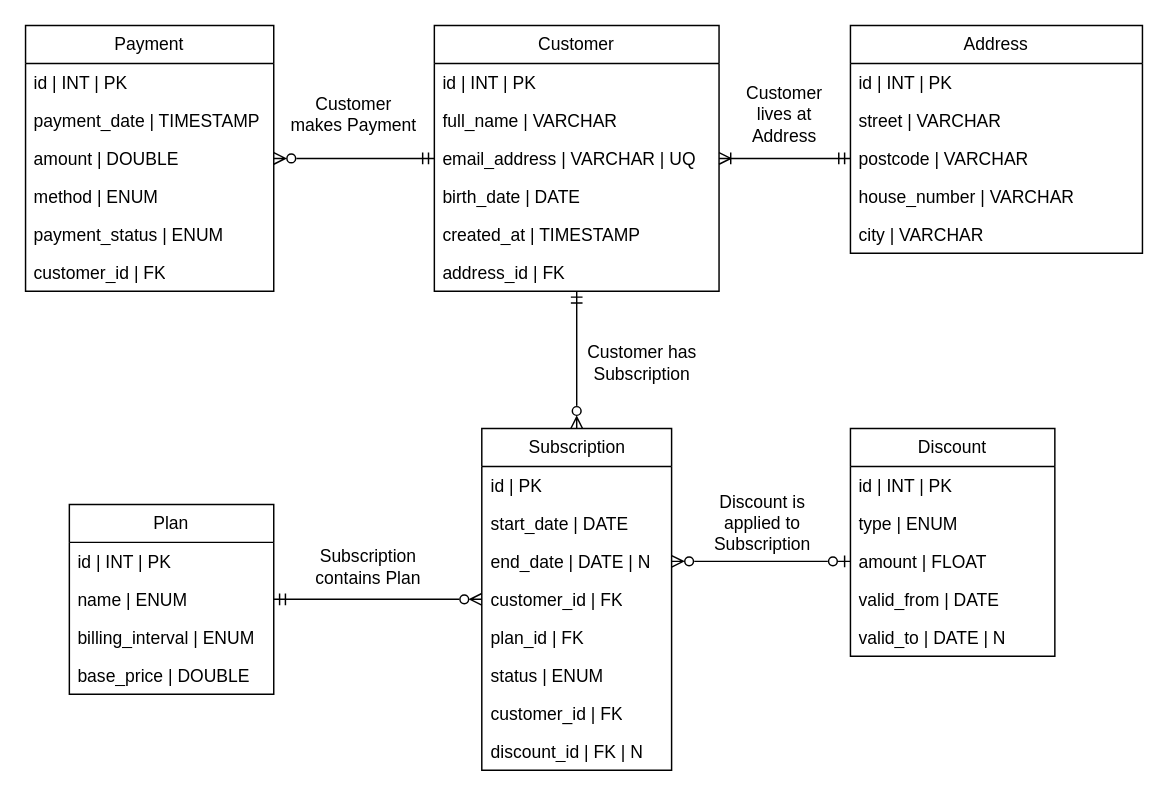
37265/frankoud.com keeps this draw.io diagram as sql/InAudible.drawio. Above is the earlier version. Source tidied: cells renumbered, new cells numbered last; positions are measured from the earlier drawing's top-left corner, leaving out a move shared by most shapes. Both pictures are drawn from the tidied source at 146%, with x=0, y=0 at pixel (25, 25).
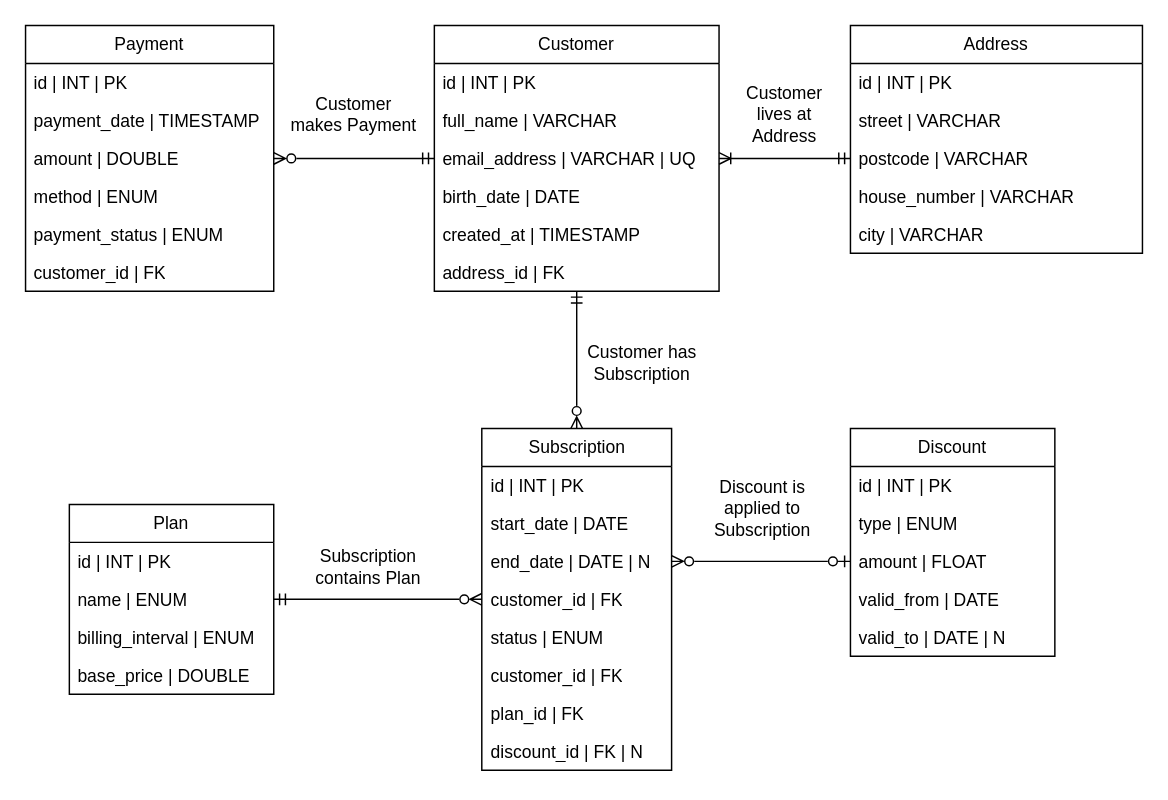
The same page after the edit.

Unchanged cells that the change refers to:
```xml
<mxCell id="20" value="Subscription" style="swimlane;fontStyle=0;horizontal=1;startSize=26;fillColor=none;whiteSpace=wrap;html=1;" parent="1" vertex="1">
  <mxGeometry x="312.5" y="276" width="130" height="234" as="geometry" />
</mxCell>
```

What changed in the source:
```diff
@@
-    <mxCell id="21" value="id | PK" style="text;strokeColor=none;fillColor=none;align=left;verticalAlign=top;spacingLeft=4;spacingRight=4;overflow=hidden;whiteSpace=wrap;html=1;" parent="20" vertex="1">
+    <mxCell id="21" value="id | INT | PK" style="text;strokeColor=none;fillColor=none;align=left;verticalAlign=top;spacingLeft=4;spacingRight=4;overflow=hidden;whiteSpace=wrap;html=1;" parent="20" vertex="1">
       <mxGeometry y="26" width="130" height="26" as="geometry" />
     </mxCell>
@@
-    <mxCell id="25" value="plan_id | FK" style="text;strokeColor=none;fillColor=none;align=left;verticalAlign=top;spacingLeft=4;spacingRight=4;overflow=hidden;whiteSpace=wrap;html=1;" parent="20" vertex="1">
-      <mxGeometry y="130" width="130" height="26" as="geometry" />
-    </mxCell>
     <mxCell id="26" value="status | ENUM" style="text;strokeColor=none;fillColor=none;align=left;verticalAlign=top;spacingLeft=4;spacingRight=4;overflow=hidden;whiteSpace=wrap;html=1;" parent="20" vertex="1">
-      <mxGeometry y="156" width="130" height="26" as="geometry" />
+      <mxGeometry y="130" width="130" height="26" as="geometry" />
     </mxCell>
     <mxCell id="27" value="&lt;div&gt;customer_id | FK&lt;/div&gt;&lt;div&gt;&lt;br&gt;&lt;/div&gt;" style="text;strokeColor=none;fillColor=none;align=left;verticalAlign=top;spacingLeft=4;spacingRight=4;overflow=hidden;whiteSpace=wrap;html=1;" parent="20" vertex="1">
-      <mxGeometry y="182" width="130" height="26" as="geometry" />
+      <mxGeometry y="156" width="130" height="26" as="geometry" />
     </mxCell>
+    <mxCell id="25" value="&lt;div&gt;plan_id | FK&lt;/div&gt;&lt;div&gt;&lt;br&gt;&lt;/div&gt;" style="text;strokeColor=none;fillColor=none;align=left;verticalAlign=top;spacingLeft=4;spacingRight=4;overflow=hidden;whiteSpace=wrap;html=1;" parent="20" vertex="1">
+      <mxGeometry y="182" width="130" height="26" as="geometry" />
+    </mxCell>
@@
     <mxCell id="35" value="Discount is applied to Subscription" style="text;html=1;whiteSpace=wrap;strokeColor=none;fillColor=none;align=center;verticalAlign=middle;rounded=0;" parent="1" vertex="1">
-      <mxGeometry x="465" y="326" width="80" height="30" as="geometry" />
+      <mxGeometry x="465" y="316" width="80" height="30" as="geometry" />
     </mxCell>
```
